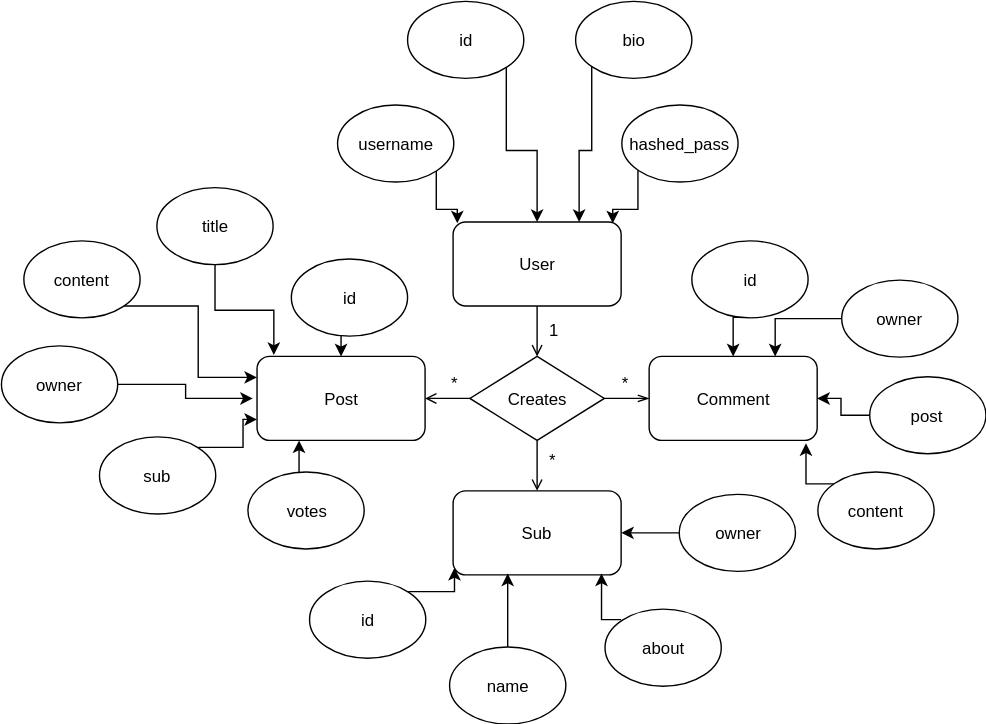
Above: ER.svg in itggot-ludvig-ohlsson/slutprojektvt19webbserver (draw.io), before the change. Source tidied: cells renumbered, new cells last; positions are measured from the earlier drawing's top-left corner, leaving out a move shared by most shapes.
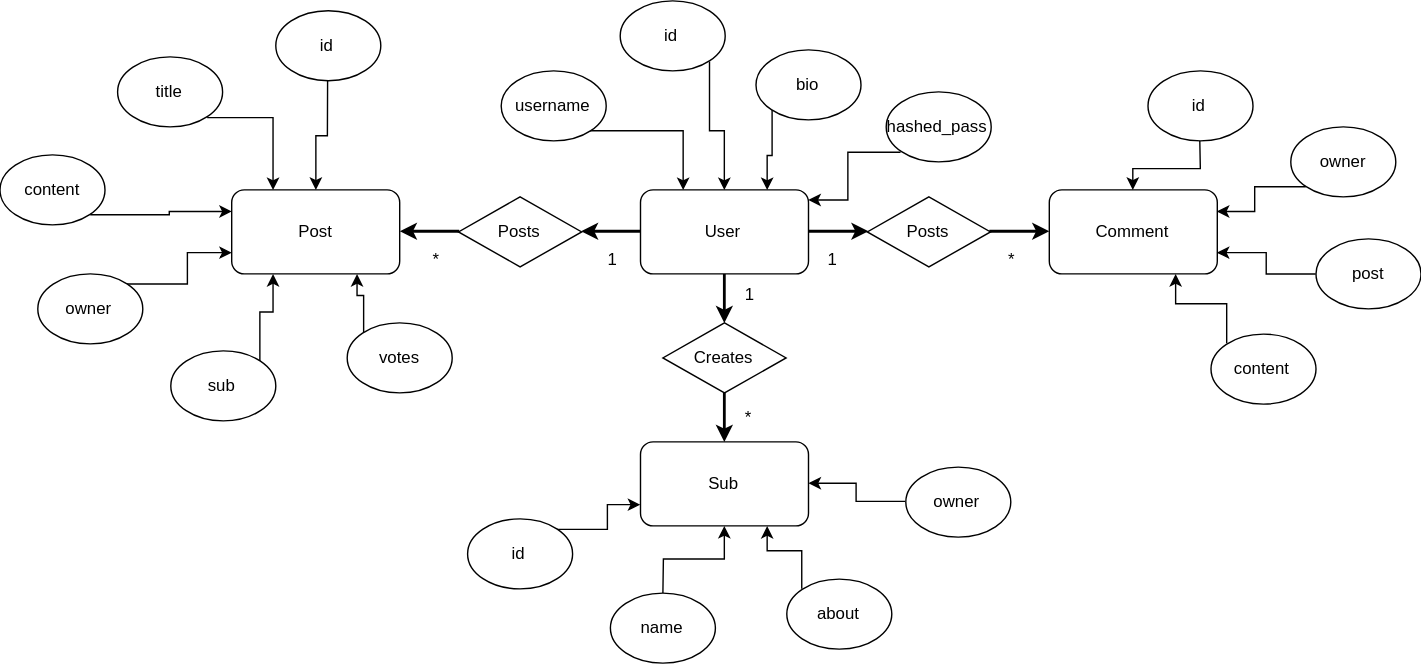
The same file after the commit.

The edit, as a diff of the source:
```diff
@@ -4,14 +4,53 @@
     <mxCell id="1" parent="0" />
+    <mxCell id="51" style="edgeStyle=orthogonalEdgeStyle;rounded=0;jettySize=auto;html=1;exitX=0;exitY=0.5;exitDx=0;exitDy=0;entryX=1;entryY=0.5;entryDx=0;entryDy=0;strokeWidth=2;" parent="1" edge="1" source="3" target="54">
+      <mxGeometry relative="1" as="geometry" />
+    </mxCell>
-    <mxCell id="2" style="edgeStyle=orthogonalEdgeStyle;rounded=0;jettySize=auto;html=1;exitX=0.5;exitY=1;exitDx=0;exitDy=0;entryX=0.5;entryY=0;entryDx=0;entryDy=0;endArrow=open;endFill=0;" parent="1" edge="1" source="3" target="15">
+    <mxCell id="2" style="edgeStyle=orthogonalEdgeStyle;rounded=0;jettySize=auto;html=1;strokeWidth=2;" parent="1" edge="1" source="3" target="15">
       <mxGeometry relative="1" as="geometry" />
     </mxCell>
+    <mxCell id="52" style="edgeStyle=orthogonalEdgeStyle;rounded=0;jettySize=auto;html=1;strokeWidth=2;" parent="1" edge="1" source="3" target="56">
+      <mxGeometry relative="1" as="geometry" />
+    </mxCell>
     <mxCell id="3" value="User" style="rounded=1;whiteSpace=wrap;html=1;" parent="1" vertex="1">
-      <mxGeometry x="323" y="158" width="120" height="60" as="geometry" />
+      <mxGeometry x="448" y="-49" width="120" height="60" as="geometry" />
     </mxCell>
-    <mxCell id="4" style="edgeStyle=orthogonalEdgeStyle;rounded=0;jettySize=auto;html=1;exitX=1;exitY=1;exitDx=0;exitDy=0;entryX=0.5;entryY=0;entryDx=0;entryDy=0;" parent="1" edge="1" source="5" target="3">
-      <mxGeometry relative="1" as="geometry" />
-    </mxCell>
-    <mxCell id="5" value="id" style="ellipse;whiteSpace=wrap;html=1;" parent="1" vertex="1">
-      <mxGeometry x="290" y="0.5" width="83" height="55" as="geometry" />
-    </mxCell>
+    <mxCell id="53" style="edgeStyle=orthogonalEdgeStyle;rounded=0;jettySize=auto;html=1;exitX=0;exitY=0.5;exitDx=0;exitDy=0;entryX=1;entryY=0.5;entryDx=0;entryDy=0;strokeWidth=2;" parent="1" edge="1" source="54" target="27">
+      <mxGeometry relative="1" as="geometry" />
+    </mxCell>
+    <mxCell id="54" value="Posts" style="rhombus;whiteSpace=wrap;html=1;" parent="1" vertex="1">
+      <mxGeometry x="318" y="-44" width="88" height="50" as="geometry" />
+    </mxCell>
+    <mxCell id="55" style="edgeStyle=orthogonalEdgeStyle;rounded=0;jettySize=auto;html=1;strokeWidth=2;" parent="1" edge="1" source="56" target="28">
+      <mxGeometry relative="1" as="geometry" />
+    </mxCell>
+    <mxCell id="56" value="Posts" style="rhombus;whiteSpace=wrap;html=1;" parent="1" vertex="1">
+      <mxGeometry x="610" y="-44" width="88" height="50" as="geometry" />
+    </mxCell>
+    <mxCell id="12" style="edgeStyle=orthogonalEdgeStyle;rounded=0;jettySize=auto;html=1;strokeWidth=2;" parent="1" edge="1" source="15" target="16">
+      <mxGeometry relative="1" as="geometry" />
+    </mxCell>
+    <mxCell id="15" value="Creates" style="rhombus;whiteSpace=wrap;html=1;" parent="1" vertex="1">
+      <mxGeometry x="464" y="46" width="88" height="50" as="geometry" />
+    </mxCell>
+    <mxCell id="27" value="Post" style="rounded=1;whiteSpace=wrap;html=1;" parent="1" vertex="1">
+      <mxGeometry x="156" y="-49" width="120" height="60" as="geometry" />
+    </mxCell>
+    <mxCell id="28" value="Comment" style="rounded=1;whiteSpace=wrap;html=1;" parent="1" vertex="1">
+      <mxGeometry x="740" y="-49" width="120" height="60" as="geometry" />
+    </mxCell>
+    <mxCell id="16" value="Sub" style="rounded=1;whiteSpace=wrap;html=1;" parent="1" vertex="1">
+      <mxGeometry x="448" y="131" width="120" height="60" as="geometry" />
+    </mxCell>
+    <mxCell id="10" style="edgeStyle=orthogonalEdgeStyle;rounded=0;jettySize=auto;html=1;exitX=1;exitY=1;exitDx=0;exitDy=0;entryX=0.25;entryY=0;entryDx=0;entryDy=0;" parent="1" edge="1" source="11" target="3">
+      <mxGeometry relative="1" as="geometry" />
+    </mxCell>
+    <mxCell id="11" value="username" style="ellipse;whiteSpace=wrap;html=1;" parent="1" vertex="1">
+      <mxGeometry x="348" y="-134" width="75" height="50" as="geometry" />
+    </mxCell>
+    <mxCell id="57" style="edgeStyle=orthogonalEdgeStyle;rounded=0;jettySize=auto;html=1;exitX=1;exitY=1;exitDx=0;exitDy=0;entryX=0.5;entryY=0;entryDx=0;entryDy=0;" parent="1" edge="1" source="58" target="3">
+      <mxGeometry relative="1" as="geometry" />
+    </mxCell>
+    <mxCell id="58" value="id" style="ellipse;whiteSpace=wrap;html=1;" parent="1" vertex="1">
+      <mxGeometry x="433" y="-184" width="75" height="50" as="geometry" />
+    </mxCell>
     <mxCell id="6" style="edgeStyle=orthogonalEdgeStyle;rounded=0;jettySize=auto;html=1;exitX=0;exitY=1;exitDx=0;exitDy=0;entryX=0.75;entryY=0;entryDx=0;entryDy=0;" parent="1" edge="1" source="7" target="3">
@@ -20,5 +59,5 @@
     <mxCell id="7" value="bio" style="ellipse;whiteSpace=wrap;html=1;" parent="1" vertex="1">
-      <mxGeometry x="410" y="0.5" width="83" height="55" as="geometry" />
+      <mxGeometry x="530.5" y="-149" width="75" height="50" as="geometry" />
     </mxCell>
-    <mxCell id="8" style="edgeStyle=orthogonalEdgeStyle;rounded=0;jettySize=auto;html=1;exitX=0;exitY=1;exitDx=0;exitDy=0;entryX=0.948;entryY=0.017;entryDx=0;entryDy=0;entryPerimeter=0;" parent="1" edge="1" source="9" target="3">
+    <mxCell id="8" style="edgeStyle=orthogonalEdgeStyle;rounded=0;jettySize=auto;html=1;exitX=0;exitY=1;exitDx=0;exitDy=0;entryX=0.995;entryY=0.116;entryDx=0;entryDy=0;entryPerimeter=0;" parent="1" edge="1" source="9" target="3">
       <mxGeometry relative="1" as="geometry" />
@@ -26,32 +65,11 @@
     <mxCell id="9" value="hashed_pass" style="ellipse;whiteSpace=wrap;html=1;" parent="1" vertex="1">
-      <mxGeometry x="443" y="74" width="83" height="55" as="geometry" />
+      <mxGeometry x="623" y="-119" width="75" height="50" as="geometry" />
     </mxCell>
-    <mxCell id="10" style="edgeStyle=orthogonalEdgeStyle;rounded=0;jettySize=auto;html=1;exitX=1;exitY=1;exitDx=0;exitDy=0;entryX=0.028;entryY=0.017;entryDx=0;entryDy=0;entryPerimeter=0;" parent="1" edge="1" source="11" target="3">
-      <mxGeometry relative="1" as="geometry" />
-    </mxCell>
-    <mxCell id="11" value="username" style="ellipse;whiteSpace=wrap;html=1;" parent="1" vertex="1">
-      <mxGeometry x="240" y="74" width="83" height="55" as="geometry" />
-    </mxCell>
-    <mxCell id="12" style="edgeStyle=orthogonalEdgeStyle;rounded=0;jettySize=auto;html=1;exitX=0.5;exitY=1;exitDx=0;exitDy=0;entryX=0.5;entryY=0;entryDx=0;entryDy=0;endArrow=open;endFill=0;" parent="1" edge="1" source="15" target="16">
-      <mxGeometry relative="1" as="geometry" />
-    </mxCell>
-    <mxCell id="13" style="edgeStyle=orthogonalEdgeStyle;rounded=0;jettySize=auto;html=1;exitX=0;exitY=0.5;exitDx=0;exitDy=0;entryX=1;entryY=0.5;entryDx=0;entryDy=0;endArrow=open;endFill=0;" parent="1" edge="1" source="15" target="27">
-      <mxGeometry relative="1" as="geometry" />
-    </mxCell>
-    <mxCell id="14" style="edgeStyle=orthogonalEdgeStyle;rounded=0;jettySize=auto;html=1;exitX=1;exitY=0.5;exitDx=0;exitDy=0;entryX=0;entryY=0.5;entryDx=0;entryDy=0;endArrow=openThin;endFill=0;" parent="1" edge="1" source="15" target="28">
-      <mxGeometry relative="1" as="geometry" />
-    </mxCell>
-    <mxCell id="15" value="Creates" style="rhombus;whiteSpace=wrap;html=1;" parent="1" vertex="1">
-      <mxGeometry x="335" y="254" width="96" height="60" as="geometry" />
-    </mxCell>
-    <mxCell id="16" value="Sub" style="rounded=1;whiteSpace=wrap;html=1;" parent="1" vertex="1">
-      <mxGeometry x="323" y="350" width="120" height="60" as="geometry" />
-    </mxCell>
-    <mxCell id="17" style="edgeStyle=orthogonalEdgeStyle;rounded=0;jettySize=auto;html=1;exitX=1;exitY=0;exitDx=0;exitDy=0;entryX=0.008;entryY=0.923;entryDx=0;entryDy=0;entryPerimeter=0;endArrow=classic;endFill=1;" parent="1" edge="1" source="18" target="16">
-      <mxGeometry relative="1" as="geometry" />
-    </mxCell>
-    <mxCell id="18" value="id" style="ellipse;whiteSpace=wrap;html=1;" parent="1" vertex="1">
-      <mxGeometry x="220" y="414" width="83" height="55" as="geometry" />
-    </mxCell>
+    <mxCell id="59" style="edgeStyle=orthogonalEdgeStyle;rounded=0;jettySize=auto;html=1;exitX=1;exitY=0;exitDx=0;exitDy=0;entryX=0;entryY=0.75;entryDx=0;entryDy=0;strokeWidth=1;" parent="1" edge="1" source="60" target="16">
+      <mxGeometry relative="1" as="geometry" />
+    </mxCell>
+    <mxCell id="60" value="id" style="ellipse;whiteSpace=wrap;html=1;" parent="1" vertex="1">
+      <mxGeometry x="324.5" y="186" width="75" height="50" as="geometry" />
+    </mxCell>
-    <mxCell id="19" style="edgeStyle=orthogonalEdgeStyle;rounded=0;jettySize=auto;html=1;exitX=0.5;exitY=0;exitDx=0;exitDy=0;entryX=0.322;entryY=0.99;entryDx=0;entryDy=0;entryPerimeter=0;endArrow=classic;endFill=1;" parent="1" edge="1" source="20" target="16">
+    <mxCell id="19" style="edgeStyle=orthogonalEdgeStyle;rounded=0;jettySize=auto;html=1;strokeWidth=1;" parent="1" edge="1" source="20" target="16">
       <mxGeometry relative="1" as="geometry" />
@@ -59,5 +77,5 @@
     <mxCell id="20" value="name" style="ellipse;whiteSpace=wrap;html=1;" parent="1" vertex="1">
-      <mxGeometry x="320" y="461.5" width="83" height="55" as="geometry" />
+      <mxGeometry x="426.5" y="239" width="75" height="50" as="geometry" />
     </mxCell>
-    <mxCell id="21" style="edgeStyle=orthogonalEdgeStyle;rounded=0;jettySize=auto;html=1;exitX=0;exitY=0;exitDx=0;exitDy=0;entryX=0.882;entryY=0.99;entryDx=0;entryDy=0;entryPerimeter=0;endArrow=classic;endFill=1;" parent="1" edge="1" source="22" target="16">
+    <mxCell id="21" style="edgeStyle=orthogonalEdgeStyle;rounded=0;jettySize=auto;html=1;exitX=0;exitY=0;exitDx=0;exitDy=0;entryX=0.75;entryY=1;entryDx=0;entryDy=0;strokeWidth=1;" parent="1" edge="1" source="22" target="16">
       <mxGeometry relative="1" as="geometry" />
@@ -65,35 +83,35 @@
     <mxCell id="22" value="about" style="ellipse;whiteSpace=wrap;html=1;" parent="1" vertex="1">
-      <mxGeometry x="431" y="434" width="83" height="55" as="geometry" />
+      <mxGeometry x="552" y="229" width="75" height="50" as="geometry" />
     </mxCell>
-    <mxCell id="23" style="edgeStyle=orthogonalEdgeStyle;rounded=0;jettySize=auto;html=1;exitX=0;exitY=0.5;exitDx=0;exitDy=0;entryX=1;entryY=0.5;entryDx=0;entryDy=0;endArrow=classic;endFill=1;" parent="1" edge="1" source="24" target="16">
-      <mxGeometry relative="1" as="geometry" />
-    </mxCell>
-    <mxCell id="24" value="owner" style="ellipse;whiteSpace=wrap;html=1;" parent="1" vertex="1">
-      <mxGeometry x="484.5" y="352.5" width="83" height="55" as="geometry" />
-    </mxCell>
-    <mxCell id="25" value="1" style="text;html=1;align=left;verticalAlign=top;spacingTop=-4;" parent="1" vertex="1">
-      <mxGeometry x="390" y="226" width="20" height="20" as="geometry" />
-    </mxCell>
-    <mxCell id="26" value="*" style="text;html=1;align=left;verticalAlign=top;spacingTop=-4;" parent="1" vertex="1">
-      <mxGeometry x="390" y="319" width="20" height="20" as="geometry" />
-    </mxCell>
-    <mxCell id="27" value="Post" style="rounded=1;whiteSpace=wrap;html=1;" parent="1" vertex="1">
-      <mxGeometry x="183" y="254" width="120" height="60" as="geometry" />
-    </mxCell>
-    <mxCell id="28" value="Comment" style="rounded=1;whiteSpace=wrap;html=1;" parent="1" vertex="1">
-      <mxGeometry x="463" y="254" width="120" height="60" as="geometry" />
-    </mxCell>
-    <mxCell id="29" style="edgeStyle=orthogonalEdgeStyle;rounded=0;jettySize=auto;html=1;exitX=0.5;exitY=1;exitDx=0;exitDy=0;entryX=0.5;entryY=0;entryDx=0;entryDy=0;endArrow=classic;endFill=1;" parent="1" edge="1" source="30" target="27">
-      <mxGeometry relative="1" as="geometry" />
-    </mxCell>
-    <mxCell id="30" value="id" style="ellipse;whiteSpace=wrap;html=1;" parent="1" vertex="1">
-      <mxGeometry x="207" y="184" width="83" height="55" as="geometry" />
-    </mxCell>
-    <mxCell id="31" style="edgeStyle=orthogonalEdgeStyle;rounded=0;jettySize=auto;html=1;exitX=1;exitY=1;exitDx=0;exitDy=0;entryX=0;entryY=0.25;entryDx=0;entryDy=0;endArrow=classic;endFill=1;" parent="1" edge="1" source="32" target="27">
-      <mxGeometry relative="1" as="geometry" />
-    </mxCell>
-    <mxCell id="32" value="content" style="ellipse;whiteSpace=wrap;html=1;" parent="1" vertex="1">
-      <mxGeometry x="16" y="171" width="83" height="55" as="geometry" />
-    </mxCell>
+    <mxCell id="61" style="edgeStyle=orthogonalEdgeStyle;rounded=0;jettySize=auto;html=1;strokeWidth=1;" parent="1" edge="1" source="62" target="16">
+      <mxGeometry relative="1" as="geometry" />
+    </mxCell>
+    <mxCell id="62" value="owner" style="ellipse;whiteSpace=wrap;html=1;" parent="1" vertex="1">
+      <mxGeometry x="637" y="148.5" width="75" height="50" as="geometry" />
+    </mxCell>
+    <mxCell id="63" style="edgeStyle=orthogonalEdgeStyle;rounded=0;jettySize=auto;html=1;" parent="1" edge="1" source="64" target="27">
+      <mxGeometry relative="1" as="geometry" />
+    </mxCell>
+    <mxCell id="64" value="id" style="ellipse;whiteSpace=wrap;html=1;" parent="1" vertex="1">
+      <mxGeometry x="187" y="-177" width="75" height="50" as="geometry" />
+    </mxCell>
+    <mxCell id="39" style="edgeStyle=orthogonalEdgeStyle;rounded=0;jettySize=auto;html=1;exitX=1;exitY=1;exitDx=0;exitDy=0;entryX=0.25;entryY=0;entryDx=0;entryDy=0;" parent="1" edge="1" source="40" target="27">
+      <mxGeometry relative="1" as="geometry" />
+    </mxCell>
+    <mxCell id="40" value="title" style="ellipse;whiteSpace=wrap;html=1;" parent="1" vertex="1">
+      <mxGeometry x="74.5" y="-144" width="75" height="50" as="geometry" />
+    </mxCell>
+    <mxCell id="65" style="edgeStyle=orthogonalEdgeStyle;rounded=0;jettySize=auto;html=1;exitX=1;exitY=1;exitDx=0;exitDy=0;entryX=0;entryY=0.25;entryDx=0;entryDy=0;" parent="1" edge="1" source="66" target="27">
+      <mxGeometry relative="1" as="geometry" />
+    </mxCell>
+    <mxCell id="66" value="content" style="ellipse;whiteSpace=wrap;html=1;" parent="1" vertex="1">
+      <mxGeometry x="-9" y="-74" width="75" height="50" as="geometry" />
+    </mxCell>
+    <mxCell id="67" style="edgeStyle=orthogonalEdgeStyle;rounded=0;jettySize=auto;html=1;exitX=1;exitY=0;exitDx=0;exitDy=0;entryX=0;entryY=0.75;entryDx=0;entryDy=0;" parent="1" edge="1" source="68" target="27">
+      <mxGeometry relative="1" as="geometry" />
+    </mxCell>
+    <mxCell id="68" value="owner" style="ellipse;whiteSpace=wrap;html=1;" parent="1" vertex="1">
+      <mxGeometry x="17" y="11" width="75" height="50" as="geometry" />
+    </mxCell>
-    <mxCell id="33" style="edgeStyle=orthogonalEdgeStyle;rounded=0;jettySize=auto;html=1;exitX=1;exitY=0;exitDx=0;exitDy=0;entryX=0;entryY=0.75;entryDx=0;entryDy=0;endArrow=classic;endFill=1;" parent="1" edge="1" source="34" target="27">
+    <mxCell id="33" style="edgeStyle=orthogonalEdgeStyle;rounded=0;jettySize=auto;html=1;exitX=1;exitY=0;exitDx=0;exitDy=0;entryX=0.25;entryY=1;entryDx=0;entryDy=0;" parent="1" edge="1" source="34" target="27">
       <mxGeometry relative="1" as="geometry" />
@@ -101,5 +119,5 @@
     <mxCell id="34" value="sub" style="ellipse;whiteSpace=wrap;html=1;" parent="1" vertex="1">
-      <mxGeometry x="70" y="311" width="83" height="55" as="geometry" />
+      <mxGeometry x="112" y="66" width="75" height="50" as="geometry" />
     </mxCell>
-    <mxCell id="35" style="edgeStyle=orthogonalEdgeStyle;rounded=0;jettySize=auto;html=1;exitX=0.5;exitY=0;exitDx=0;exitDy=0;entryX=0.25;entryY=1;entryDx=0;entryDy=0;endArrow=classic;endFill=1;" parent="1" edge="1" source="36" target="27">
+    <mxCell id="35" style="edgeStyle=orthogonalEdgeStyle;rounded=0;jettySize=auto;html=1;exitX=0;exitY=0;exitDx=0;exitDy=0;entryX=0.75;entryY=1;entryDx=0;entryDy=0;" parent="1" edge="1" source="36" target="27">
       <mxGeometry relative="1" as="geometry" />
@@ -107,31 +125,17 @@
     <mxCell id="36" value="votes" style="ellipse;whiteSpace=wrap;html=1;" parent="1" vertex="1">
-      <mxGeometry x="176.5" y="336.5" width="83" height="55" as="geometry" />
+      <mxGeometry x="238.5" y="46" width="75" height="50" as="geometry" />
     </mxCell>
-    <mxCell id="37" style="edgeStyle=orthogonalEdgeStyle;rounded=0;jettySize=auto;html=1;exitX=1;exitY=0.5;exitDx=0;exitDy=0;endArrow=classic;endFill=1;" parent="1" edge="1" source="38">
-      <mxGeometry relative="1" as="geometry">
-        <mxPoint x="180" y="284" as="targetPoint" />
-      </mxGeometry>
-    </mxCell>
-    <mxCell id="38" value="owner" style="ellipse;whiteSpace=wrap;html=1;" parent="1" vertex="1">
-      <mxGeometry y="246" width="83" height="55" as="geometry" />
-    </mxCell>
-    <mxCell id="39" style="edgeStyle=orthogonalEdgeStyle;rounded=0;jettySize=auto;html=1;exitX=0.5;exitY=1;exitDx=0;exitDy=0;entryX=0.102;entryY=-0.01;entryDx=0;entryDy=0;entryPerimeter=0;endArrow=classic;endFill=1;" parent="1" edge="1" source="40" target="27">
-      <mxGeometry relative="1" as="geometry" />
-    </mxCell>
-    <mxCell id="40" value="title" style="ellipse;whiteSpace=wrap;html=1;" parent="1" vertex="1">
-      <mxGeometry x="111.5" y="133" width="83" height="55" as="geometry" />
-    </mxCell>
-    <mxCell id="41" style="edgeStyle=orthogonalEdgeStyle;rounded=0;jettySize=auto;html=1;exitX=0.5;exitY=1;exitDx=0;exitDy=0;entryX=0.5;entryY=0;entryDx=0;entryDy=0;endArrow=classic;endFill=1;" parent="1" edge="1" source="42" target="28">
-      <mxGeometry relative="1" as="geometry" />
-    </mxCell>
-    <mxCell id="42" value="id" style="ellipse;whiteSpace=wrap;html=1;" parent="1" vertex="1">
-      <mxGeometry x="493" y="171" width="83" height="55" as="geometry" />
-    </mxCell>
-    <mxCell id="43" style="edgeStyle=orthogonalEdgeStyle;rounded=0;jettySize=auto;html=1;exitX=0;exitY=0.5;exitDx=0;exitDy=0;entryX=0.75;entryY=0;entryDx=0;entryDy=0;endArrow=classic;endFill=1;" parent="1" edge="1" source="44" target="28">
-      <mxGeometry relative="1" as="geometry" />
-    </mxCell>
-    <mxCell id="44" value="owner" style="ellipse;whiteSpace=wrap;html=1;" parent="1" vertex="1">
-      <mxGeometry x="600" y="199" width="83" height="55" as="geometry" />
-    </mxCell>
+    <mxCell id="69" style="edgeStyle=orthogonalEdgeStyle;rounded=0;jettySize=auto;html=1;strokeWidth=1;" parent="1" edge="1" source="70" target="28">
+      <mxGeometry relative="1" as="geometry" />
+    </mxCell>
+    <mxCell id="70" value="id" style="ellipse;whiteSpace=wrap;html=1;" parent="1" vertex="1">
+      <mxGeometry x="810" y="-134" width="75" height="50" as="geometry" />
+    </mxCell>
+    <mxCell id="71" style="edgeStyle=orthogonalEdgeStyle;rounded=0;jettySize=auto;html=1;exitX=0;exitY=1;exitDx=0;exitDy=0;entryX=1;entryY=0.25;entryDx=0;entryDy=0;strokeWidth=1;" parent="1" edge="1" source="72" target="28">
+      <mxGeometry relative="1" as="geometry" />
+    </mxCell>
+    <mxCell id="72" value="owner" style="ellipse;whiteSpace=wrap;html=1;" parent="1" vertex="1">
+      <mxGeometry x="912.5" y="-94" width="75" height="50" as="geometry" />
+    </mxCell>
-    <mxCell id="45" style="edgeStyle=orthogonalEdgeStyle;rounded=0;jettySize=auto;html=1;exitX=0;exitY=0.5;exitDx=0;exitDy=0;endArrow=classic;endFill=1;" parent="1" edge="1" source="46" target="28">
+    <mxCell id="45" style="edgeStyle=orthogonalEdgeStyle;rounded=0;jettySize=auto;html=1;exitX=0;exitY=0.5;exitDx=0;exitDy=0;entryX=1;entryY=0.75;entryDx=0;entryDy=0;strokeWidth=1;" parent="1" edge="1" source="46" target="28">
       <mxGeometry relative="1" as="geometry" />
@@ -139,16 +143,28 @@
     <mxCell id="46" value="post" style="ellipse;whiteSpace=wrap;html=1;" parent="1" vertex="1">
-      <mxGeometry x="620" y="268" width="83" height="55" as="geometry" />
+      <mxGeometry x="930" y="-14" width="75" height="50" as="geometry" />
     </mxCell>
-    <mxCell id="47" style="edgeStyle=orthogonalEdgeStyle;rounded=0;jettySize=auto;html=1;exitX=0;exitY=0;exitDx=0;exitDy=0;entryX=0.935;entryY=1.03;entryDx=0;entryDy=0;entryPerimeter=0;endArrow=classic;endFill=1;" parent="1" edge="1" source="48" target="28">
-      <mxGeometry relative="1" as="geometry" />
-    </mxCell>
-    <mxCell id="48" value="content" style="ellipse;whiteSpace=wrap;html=1;" parent="1" vertex="1">
-      <mxGeometry x="583" y="336.5" width="83" height="55" as="geometry" />
-    </mxCell>
-    <mxCell id="49" value="*" style="text;html=1;align=left;verticalAlign=top;spacingTop=-4;" parent="1" vertex="1">
-      <mxGeometry x="320" y="264" width="20" height="20" as="geometry" />
-    </mxCell>
-    <mxCell id="50" value="*" style="text;html=1;align=left;verticalAlign=top;spacingTop=-4;" parent="1" vertex="1">
-      <mxGeometry x="441.5" y="263.5" width="20" height="20" as="geometry" />
-    </mxCell>
+    <mxCell id="73" style="edgeStyle=orthogonalEdgeStyle;rounded=0;jettySize=auto;html=1;exitX=0;exitY=0;exitDx=0;exitDy=0;entryX=0.75;entryY=1;entryDx=0;entryDy=0;strokeWidth=1;" parent="1" edge="1" source="74" target="28">
+      <mxGeometry relative="1" as="geometry" />
+    </mxCell>
+    <mxCell id="74" value="content" style="ellipse;whiteSpace=wrap;html=1;" parent="1" vertex="1">
+      <mxGeometry x="855" y="53.5" width="75" height="50" as="geometry" />
+    </mxCell>
+    <mxCell id="75" value="1" style="text;html=1;align=left;verticalAlign=top;spacingTop=-4;" parent="1" vertex="1">
+      <mxGeometry x="520.5" y="16" width="20" height="20" as="geometry" />
+    </mxCell>
+    <mxCell id="76" value="1" style="text;html=1;align=left;verticalAlign=top;spacingTop=-4;" parent="1" vertex="1">
+      <mxGeometry x="579.5" y="-9" width="20" height="20" as="geometry" />
+    </mxCell>
+    <mxCell id="77" value="1" style="text;html=1;align=left;verticalAlign=top;spacingTop=-4;" parent="1" vertex="1">
+      <mxGeometry x="423" y="-9" width="20" height="20" as="geometry" />
+    </mxCell>
+    <mxCell id="78" value="*" style="text;html=1;align=left;verticalAlign=top;spacingTop=-4;" parent="1" vertex="1">
+      <mxGeometry x="298" y="-9" width="20" height="20" as="geometry" />
+    </mxCell>
+    <mxCell id="79" value="*" style="text;html=1;align=left;verticalAlign=top;spacingTop=-4;" parent="1" vertex="1">
+      <mxGeometry x="709" y="-9" width="20" height="20" as="geometry" />
+    </mxCell>
+    <mxCell id="80" value="*" style="text;html=1;align=left;verticalAlign=top;spacingTop=-4;" parent="1" vertex="1">
+      <mxGeometry x="520.5" y="103.5" width="20" height="20" as="geometry" />
+    </mxCell>
   </root>
```
